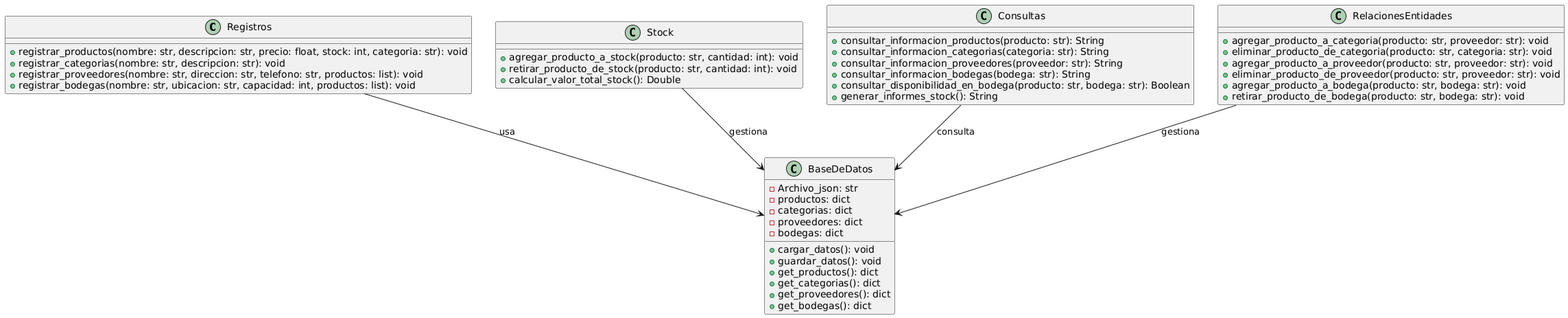
This is src/static/uml.png from lebuas/Gestion-de-inventario, a PlantUML export, as it was before one commit. Its diagram source:
```plantuml
@startuml
class Registros {
  + registrar_productos(nombre: str, descripcion: str, precio: float, stock: int, categoria: str): void
  + registrar_categorias(nombre: str, descripcion: str): void
  + registrar_proveedores(nombre: str, direccion: str, telefono: str, productos: list): void
  + registrar_bodegas(nombre: str, ubicacion: str, capacidad: int, productos: list): void
}

class Stock {
  + agregar_producto_a_stock(producto: str, cantidad: int): void
  + retirar_producto_de_stock(producto: str, cantidad: int): void
  + calcular_valor_total_stock(): Double
}

class Consultas {
  + consultar_informacion_productos(producto: str): String
  + consultar_informacion_categorias(categoria: str): String
  + consultar_informacion_proveedores(proveedor: str): String
  + consultar_informacion_bodegas(bodega: str): String
  + consultar_disponibilidad_en_bodega(producto: str, bodega: str): Boolean
  + generar_informes_stock(): String
}

class RelacionesEntidades {
  + agregar_producto_a_categoria(producto: str, proveedor: str): void
  + eliminar_producto_de_categoria(producto: str, categoria: str): void
  + agregar_producto_a_proveedor(producto: str, proveedor: str): void
  + eliminar_producto_de_proveedor(producto: str, proveedor: str): void
  + agregar_producto_a_bodega(producto: str, bodega: str): void
  + retirar_producto_de_bodega(producto: str, bodega: str): void
}

class BaseDeDatos {
  - Archivo_json: str
  - productos: dict
  - categorias: dict
  - proveedores: dict
  - bodegas: dict
  + cargar_datos(): void
  + guardar_datos(): void
  + get_productos(): dict
  + get_categorias(): dict
  + get_proveedores(): dict
  + get_bodegas(): dict
}

Registros --> BaseDeDatos : "usa"
Stock --> BaseDeDatos : "gestiona"
Consultas --> BaseDeDatos : "consulta"
RelacionesEntidades --> BaseDeDatos : "gestiona"
@enduml
```
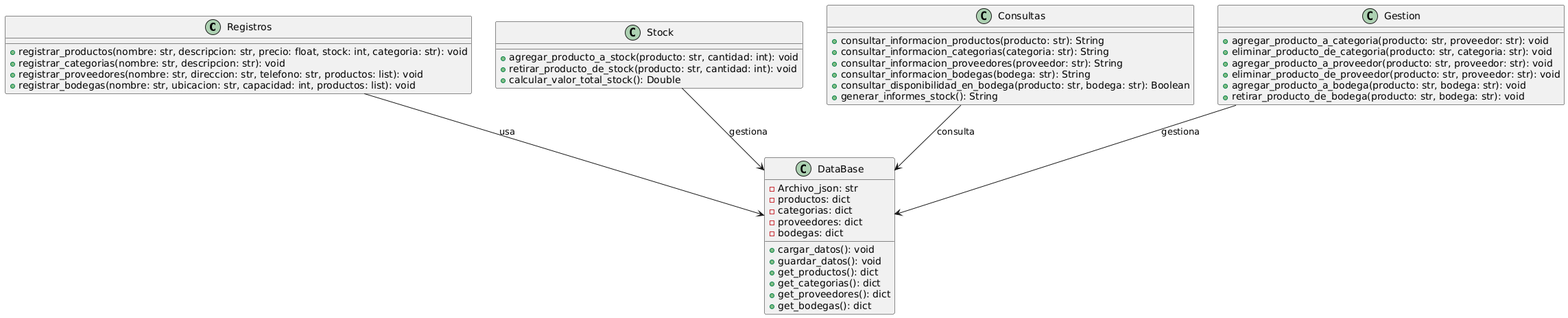
The same diagram one commit later.

The edit, as a diff of the source:
```diff
@@ -21,7 +21,7 @@
   + generar_informes_stock(): String
 }
 
-class RelacionesEntidades {
+class Gestion {
   + agregar_producto_a_categoria(producto: str, proveedor: str): void
   + eliminar_producto_de_categoria(producto: str, categoria: str): void
   + agregar_producto_a_proveedor(producto: str, proveedor: str): void
@@ -30,7 +30,7 @@
   + retirar_producto_de_bodega(producto: str, bodega: str): void
 }
 
-class BaseDeDatos {
+class DataBase {
   - Archivo_json: str
   - productos: dict
   - categorias: dict
@@ -44,8 +44,8 @@
   + get_bodegas(): dict
 }
 
-Registros --> BaseDeDatos : "usa"
-Stock --> BaseDeDatos : "gestiona"
-Consultas --> BaseDeDatos : "consulta"
-RelacionesEntidades --> BaseDeDatos : "gestiona"
+Registros --> DataBase : "usa"
+Stock --> DataBase : "gestiona"
+Consultas --> DataBase : "consulta"
+Gestion --> DataBase : "gestiona"
 @enduml
```
